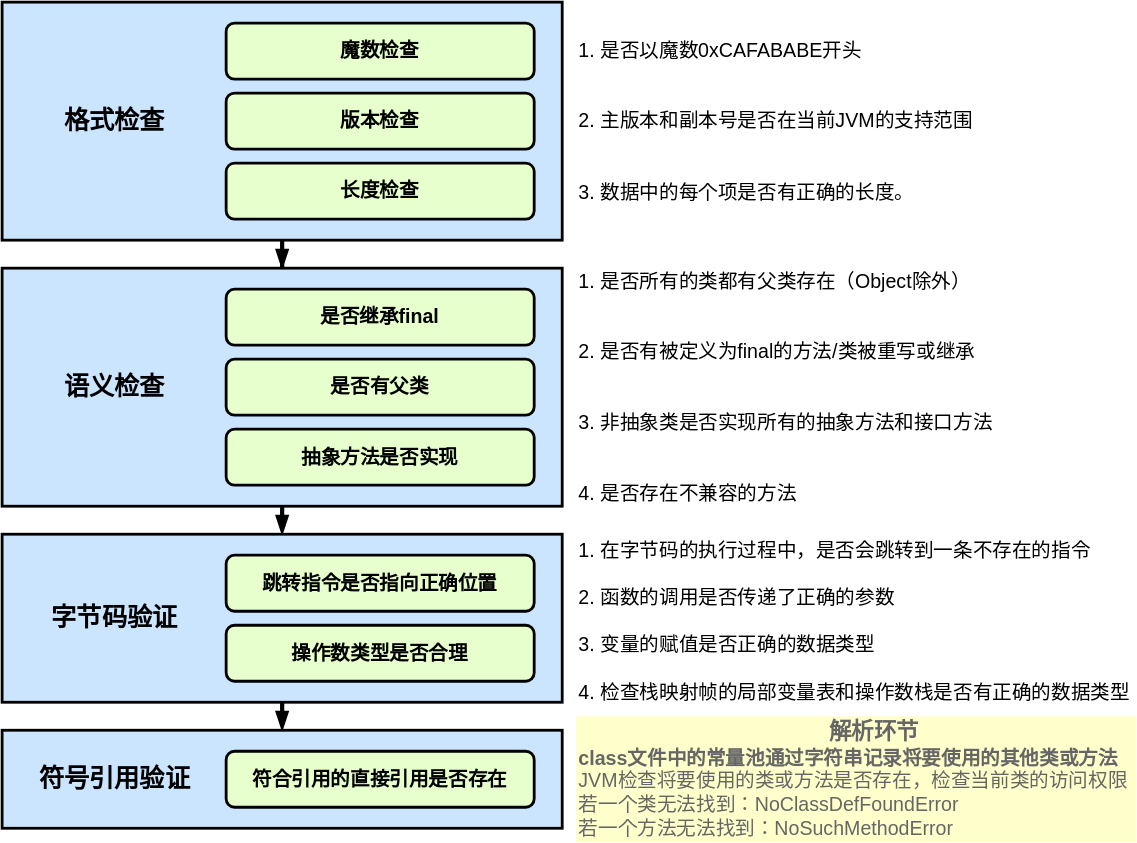
creatern/NoteBook keeps this draw.io diagram as pictures/JVM-Linking-Verifaction.drawio.svg. Above is the earlier version. Source tidied: cells renumbered, new cells last; positions are measured from the earlier drawing's top-left corner, leaving out a move shared by most shapes. The source it was exported from:
```xml
<mxGraphModel>
  <root>
    <mxCell id="0" />
    <mxCell id="1" parent="0" />
    <mxCell id="2" style="edgeStyle=orthogonalEdgeStyle;rounded=0;jettySize=auto;html=1;exitX=0.5;exitY=1;exitDx=0;exitDy=0;endArrow=blockThin;endFill=1;strokeWidth=3;" parent="1" edge="1" source="3" target="5">
      <mxGeometry relative="1" as="geometry" />
    </mxCell>
    <mxCell id="3" style="rounded=0;whiteSpace=wrap;html=1;strokeWidth=2;fillColor=#CCE5FF;fontStyle=1;fontSize=14;" parent="1" vertex="1">
      <mxGeometry width="400" height="170" as="geometry" />
    </mxCell>
    <mxCell id="4" style="edgeStyle=orthogonalEdgeStyle;shape=connector;rounded=0;jettySize=auto;html=1;exitX=0.5;exitY=1;exitDx=0;exitDy=0;entryX=0.5;entryY=0;entryDx=0;entryDy=0;labelBackgroundColor=default;strokeColor=default;strokeWidth=3;fontFamily=Helvetica;fontSize=11;fontColor=default;endArrow=blockThin;endFill=1;" parent="1" edge="1" source="5" target="15">
      <mxGeometry relative="1" as="geometry" />
    </mxCell>
    <mxCell id="5" style="rounded=0;whiteSpace=wrap;html=1;strokeWidth=2;fillColor=#CCE5FF;fontStyle=1;fontSize=14;" parent="1" vertex="1">
      <mxGeometry y="190" width="400" height="170" as="geometry" />
    </mxCell>
    <mxCell id="6" value="&lt;span style=&quot;font-size: 14px;&quot;&gt;&lt;font style=&quot;font-size: 14px;&quot;&gt;魔数检查&lt;/font&gt;&lt;/span&gt;" style="rounded=1;whiteSpace=wrap;html=1;strokeWidth=2;fillColor=#E6FFCC;fontStyle=1;fontSize=14;" parent="1" vertex="1">
      <mxGeometry x="160" y="15" width="220" height="40" as="geometry" />
    </mxCell>
    <mxCell id="7" value="&lt;span style=&quot;font-size: 14px;&quot;&gt;&lt;span style=&quot;font-size: 14px;&quot;&gt;版本检查&lt;/span&gt;&lt;/span&gt;" style="rounded=1;whiteSpace=wrap;html=1;strokeWidth=2;fillColor=#E6FFCC;fontStyle=1;fontSize=14;" parent="1" vertex="1">
      <mxGeometry x="160" y="65" width="220" height="40" as="geometry" />
    </mxCell>
    <mxCell id="8" value="&lt;span style=&quot;font-size: 14px;&quot;&gt;&lt;span style=&quot;font-size: 14px;&quot;&gt;长度检查&lt;/span&gt;&lt;/span&gt;" style="rounded=1;whiteSpace=wrap;html=1;strokeWidth=2;fillColor=#E6FFCC;fontStyle=1;fontSize=14;" parent="1" vertex="1">
      <mxGeometry x="160" y="115" width="220" height="40" as="geometry" />
    </mxCell>
    <mxCell id="9" value="格式检查" style="text;html=1;align=center;verticalAlign=middle;strokeColor=none;fillColor=none;fontStyle=1;fontSize=18;" parent="1" vertex="1">
      <mxGeometry x="30" y="65" width="100" height="40" as="geometry" />
    </mxCell>
    <mxCell id="10" value="&lt;b&gt;&lt;font style=&quot;font-size: 18px;&quot;&gt;语义检查&lt;/font&gt;&lt;/b&gt;" style="text;html=1;align=center;verticalAlign=middle;strokeColor=none;fillColor=none;" parent="1" vertex="1">
      <mxGeometry x="30" y="255" width="100" height="40" as="geometry" />
    </mxCell>
    <mxCell id="11" value="是否继承final" style="rounded=1;whiteSpace=wrap;html=1;strokeWidth=2;fillColor=#E6FFCC;fontStyle=1;fontSize=14;" parent="1" vertex="1">
      <mxGeometry x="160" y="205" width="220" height="40" as="geometry" />
    </mxCell>
    <mxCell id="12" value="是否有父类" style="rounded=1;whiteSpace=wrap;html=1;strokeWidth=2;fillColor=#E6FFCC;fontStyle=1;fontSize=14;" parent="1" vertex="1">
      <mxGeometry x="160" y="255" width="220" height="40" as="geometry" />
    </mxCell>
    <mxCell id="13" value="抽象方法是否实现" style="rounded=1;whiteSpace=wrap;html=1;strokeWidth=2;fillColor=#E6FFCC;fontStyle=1;fontSize=14;" parent="1" vertex="1">
      <mxGeometry x="160" y="305" width="220" height="40" as="geometry" />
    </mxCell>
    <mxCell id="14" style="edgeStyle=orthogonalEdgeStyle;shape=connector;rounded=0;jettySize=auto;html=1;exitX=0.5;exitY=1;exitDx=0;exitDy=0;entryX=0.5;entryY=0;entryDx=0;entryDy=0;labelBackgroundColor=default;strokeColor=default;strokeWidth=3;fontFamily=Helvetica;fontSize=11;fontColor=default;endArrow=blockThin;endFill=1;" parent="1" edge="1" source="15" target="19">
      <mxGeometry relative="1" as="geometry" />
    </mxCell>
    <mxCell id="15" style="rounded=0;whiteSpace=wrap;html=1;strokeWidth=2;fillColor=#CCE5FF;fontStyle=1;fontSize=14;" parent="1" vertex="1">
      <mxGeometry y="380" width="400" height="120" as="geometry" />
    </mxCell>
    <mxCell id="16" value="&lt;b&gt;&lt;font style=&quot;font-size: 18px;&quot;&gt;字节码验证&lt;/font&gt;&lt;/b&gt;" style="text;html=1;align=center;verticalAlign=middle;strokeColor=none;fillColor=none;" parent="1" vertex="1">
      <mxGeometry x="25" y="420" width="110" height="40" as="geometry" />
    </mxCell>
    <mxCell id="17" value="跳转指令是否指向正确位置" style="rounded=1;whiteSpace=wrap;html=1;strokeWidth=2;fillColor=#E6FFCC;fontStyle=1;fontSize=14;" parent="1" vertex="1">
      <mxGeometry x="160" y="395" width="220" height="40" as="geometry" />
    </mxCell>
    <mxCell id="18" value="操作数类型是否合理" style="rounded=1;whiteSpace=wrap;html=1;strokeWidth=2;fillColor=#E6FFCC;fontStyle=1;fontSize=14;" parent="1" vertex="1">
      <mxGeometry x="160" y="445" width="220" height="40" as="geometry" />
    </mxCell>
    <mxCell id="19" style="rounded=0;whiteSpace=wrap;html=1;strokeWidth=2;fillColor=#CCE5FF;fontStyle=1;fontSize=14;" parent="1" vertex="1">
      <mxGeometry y="520" width="400" height="70" as="geometry" />
    </mxCell>
    <mxCell id="20" value="&lt;span style=&quot;font-size: 18px;&quot;&gt;&lt;b&gt;符号引用验证&lt;/b&gt;&lt;/span&gt;" style="text;html=1;align=center;verticalAlign=middle;strokeColor=none;fillColor=none;" parent="1" vertex="1">
      <mxGeometry x="15" y="535" width="130" height="40" as="geometry" />
    </mxCell>
    <mxCell id="21" value="符合引用的直接引用是否存在" style="rounded=1;whiteSpace=wrap;html=1;strokeWidth=2;fillColor=#E6FFCC;fontStyle=1;fontSize=14;" parent="1" vertex="1">
      <mxGeometry x="160" y="535" width="220" height="40" as="geometry" />
    </mxCell>
    <mxCell id="22" value="1. 是否以魔数0xCAFABABE开头&lt;br&gt;&lt;br&gt;&lt;br&gt;2. 主版本和副本号是否在当前JVM的支持范围&lt;br&gt;&lt;br&gt;&lt;br&gt;3. 数据中的每个项是否有正确的长度。" style="text;html=1;strokeColor=none;fillColor=none;align=left;verticalAlign=middle;whiteSpace=wrap;rounded=0;fontSize=14;fontFamily=Helvetica;fontColor=default;" parent="1" vertex="1">
      <mxGeometry x="410" width="390" height="170" as="geometry" />
    </mxCell>
    <mxCell id="23" value="1. 是否所有的类都有父类存在（Object除外）&lt;br&gt;&lt;br&gt;&lt;br&gt;2. 是否有被定义为final的方法/类被重写或继承&lt;br&gt;&lt;br&gt;&lt;br&gt;3. 非抽象类是否实现所有的抽象方法和接口方法&lt;br&gt;&lt;br&gt;&lt;br&gt;4. 是否存在不兼容的方法" style="text;html=1;strokeColor=none;fillColor=none;align=left;verticalAlign=middle;whiteSpace=wrap;rounded=0;fontSize=14;fontFamily=Helvetica;fontColor=default;" parent="1" vertex="1">
      <mxGeometry x="410" y="190" width="390" height="170" as="geometry" />
    </mxCell>
    <mxCell id="24" value="1. 在字节码的执行过程中，是否会跳转到一条不存在的指令&lt;br&gt;&lt;br&gt;2. 函数的调用是否传递了正确的参数&lt;br&gt;&lt;br&gt;3. 变量的赋值是否正确的数据类型&lt;br&gt;&lt;br&gt;4. 检查栈映射帧的局部变量表和操作数栈是否有正确的数据类型&lt;br&gt;" style="text;html=1;strokeColor=none;fillColor=none;align=left;verticalAlign=middle;whiteSpace=wrap;rounded=0;fontSize=14;fontFamily=Helvetica;fontColor=default;" parent="1" vertex="1">
      <mxGeometry x="410" y="383" width="400" height="117.5" as="geometry" />
    </mxCell>
    <mxCell id="25" value="&lt;b&gt;&amp;nbsp; &amp;nbsp; &amp;nbsp; &amp;nbsp; &amp;nbsp; &amp;nbsp; &amp;nbsp; &amp;nbsp; &amp;nbsp; &amp;nbsp; &amp;nbsp; &amp;nbsp; &amp;nbsp; &amp;nbsp; &amp;nbsp; &amp;nbsp; &amp;nbsp; &amp;nbsp; &amp;nbsp; &amp;nbsp; &amp;nbsp; &amp;nbsp; &amp;nbsp; &lt;font style=&quot;font-size: 16px;&quot;&gt;解析环节&lt;/font&gt;&lt;br&gt;class文件中的常量池通过字符串记录将要使用的其他类或方法&lt;/b&gt;&lt;br&gt;JVM检查将要使用的类或方法是否存在，检查当前类的访问权限&lt;br&gt;若一个类无法找到：NoClassDefFoundError&lt;br&gt;若一个方法无法找到：NoSuchMethodError" style="text;html=1;strokeColor=none;fillColor=#FFFFCC;align=left;verticalAlign=middle;whiteSpace=wrap;rounded=0;fontSize=14;fontFamily=Helvetica;fontColor=#666666;" parent="1" vertex="1">
      <mxGeometry x="410" y="510" width="400" height="90" as="geometry" />
    </mxCell>
  </root>
</mxGraphModel>
```
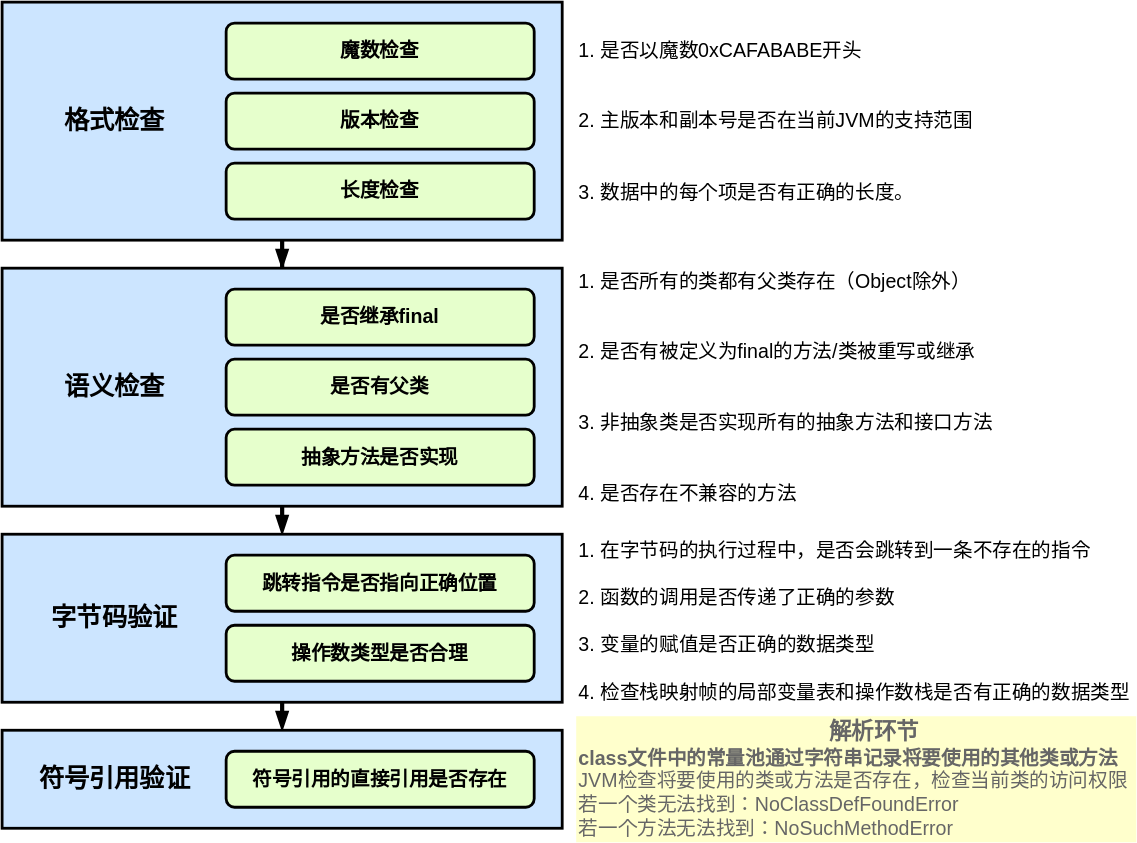
The same diagram one commit later.

Change to the diagram source:
```diff
@@ -59,7 +59,7 @@
     <mxCell id="20" value="&lt;span style=&quot;font-size: 18px;&quot;&gt;&lt;b&gt;符号引用验证&lt;/b&gt;&lt;/span&gt;" style="text;html=1;align=center;verticalAlign=middle;strokeColor=none;fillColor=none;" parent="1" vertex="1">
       <mxGeometry x="15" y="535" width="130" height="40" as="geometry" />
     </mxCell>
-    <mxCell id="21" value="符合引用的直接引用是否存在" style="rounded=1;whiteSpace=wrap;html=1;strokeWidth=2;fillColor=#E6FFCC;fontStyle=1;fontSize=14;" parent="1" vertex="1">
+    <mxCell id="21" value="符号引用的直接引用是否存在" style="rounded=1;whiteSpace=wrap;html=1;strokeWidth=2;fillColor=#E6FFCC;fontStyle=1;fontSize=14;" parent="1" vertex="1">
       <mxGeometry x="160" y="535" width="220" height="40" as="geometry" />
     </mxCell>
     <mxCell id="22" value="1. 是否以魔数0xCAFABABE开头&lt;br&gt;&lt;br&gt;&lt;br&gt;2. 主版本和副本号是否在当前JVM的支持范围&lt;br&gt;&lt;br&gt;&lt;br&gt;3. 数据中的每个项是否有正确的长度。" style="text;html=1;strokeColor=none;fillColor=none;align=left;verticalAlign=middle;whiteSpace=wrap;rounded=0;fontSize=14;fontFamily=Helvetica;fontColor=default;" parent="1" vertex="1">
```
